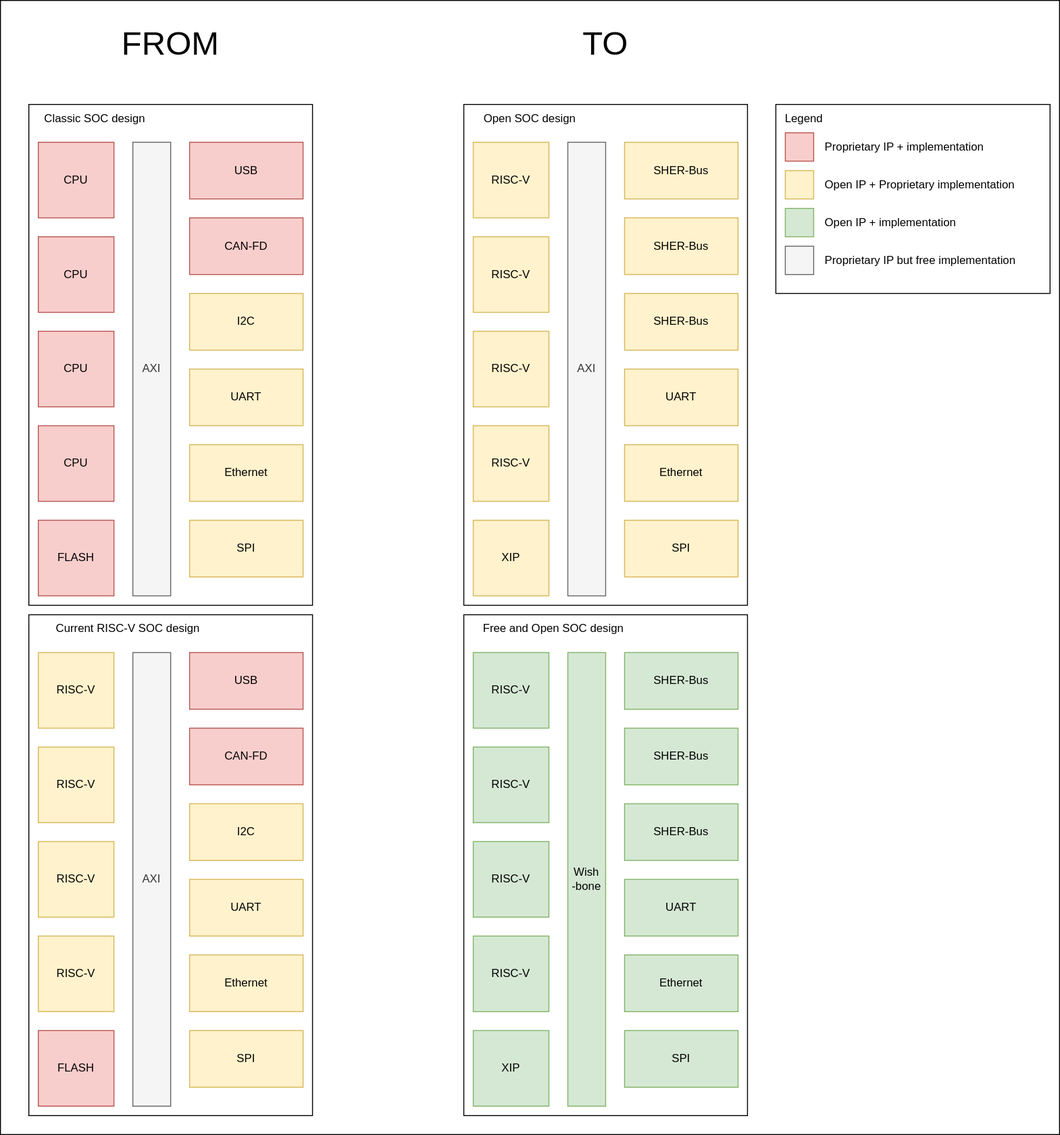
Earlier version of the draw.io export SOC.svg (cdg66/BUS_figures). Source tidied: cells renumbered, new cells last; positions are measured from the earlier drawing's top-left corner, leaving out a move shared by most shapes. The source it was exported from:
```xml
<mxGraphModel>
  <root>
    <mxCell id="0" />
    <mxCell id="1" parent="0" />
    <mxCell id="2" style="rounded=0;whiteSpace=wrap;html=1;" parent="1" vertex="1">
      <mxGeometry width="1120" height="1200" as="geometry" />
    </mxCell>
    <mxCell id="3" style="rounded=0;whiteSpace=wrap;html=1;" parent="1" vertex="1">
      <mxGeometry x="30" y="110" width="300" height="530" as="geometry" />
    </mxCell>
    <mxCell id="4" style="rounded=0;whiteSpace=wrap;html=1;" parent="1" vertex="1">
      <mxGeometry x="820" y="110" width="290" height="200" as="geometry" />
    </mxCell>
    <mxCell id="5" value="CPU" style="whiteSpace=wrap;html=1;fillColor=#f8cecc;strokeColor=#b85450;" parent="1" vertex="1">
      <mxGeometry x="40" y="150" width="80" height="80" as="geometry" />
    </mxCell>
    <mxCell id="6" value="USB" style="rounded=0;whiteSpace=wrap;html=1;fillColor=#f8cecc;strokeColor=#b85450;" parent="1" vertex="1">
      <mxGeometry x="200" y="150" width="120" height="60" as="geometry" />
    </mxCell>
    <mxCell id="7" value="CAN-FD" style="rounded=0;whiteSpace=wrap;html=1;fillColor=#f8cecc;strokeColor=#b85450;" parent="1" vertex="1">
      <mxGeometry x="200" y="230" width="120" height="60" as="geometry" />
    </mxCell>
    <mxCell id="8" value="UART" style="rounded=0;whiteSpace=wrap;html=1;fillColor=#fff2cc;strokeColor=#d6b656;" parent="1" vertex="1">
      <mxGeometry x="200" y="390" width="120" height="60" as="geometry" />
    </mxCell>
    <mxCell id="9" value="I2C" style="rounded=0;whiteSpace=wrap;html=1;fillColor=#fff2cc;strokeColor=#d6b656;" parent="1" vertex="1">
      <mxGeometry x="200" y="310" width="120" height="60" as="geometry" />
    </mxCell>
    <mxCell id="10" value="AXI" style="rounded=0;whiteSpace=wrap;html=1;fillColor=#f5f5f5;strokeColor=#666666;fontColor=#333333;" parent="1" vertex="1">
      <mxGeometry x="140" y="150" width="40" height="480" as="geometry" />
    </mxCell>
    <mxCell id="11" value="CPU" style="whiteSpace=wrap;html=1;fillColor=#f8cecc;strokeColor=#b85450;" parent="1" vertex="1">
      <mxGeometry x="40" y="250" width="80" height="80" as="geometry" />
    </mxCell>
    <mxCell id="12" value="CPU" style="whiteSpace=wrap;html=1;fillColor=#f8cecc;strokeColor=#b85450;" parent="1" vertex="1">
      <mxGeometry x="40" y="350" width="80" height="80" as="geometry" />
    </mxCell>
    <mxCell id="13" value="CPU" style="whiteSpace=wrap;html=1;fillColor=#f8cecc;strokeColor=#b85450;" parent="1" vertex="1">
      <mxGeometry x="40" y="450" width="80" height="80" as="geometry" />
    </mxCell>
    <mxCell id="14" value="Ethernet" style="rounded=0;whiteSpace=wrap;html=1;fillColor=#fff2cc;strokeColor=#d6b656;" parent="1" vertex="1">
      <mxGeometry x="200" y="470" width="120" height="60" as="geometry" />
    </mxCell>
    <mxCell id="15" value="Classic SOC design" style="text;html=1;strokeColor=none;fillColor=none;align=center;verticalAlign=middle;whiteSpace=wrap;rounded=0;" parent="1" vertex="1">
      <mxGeometry x="40" y="110" width="120" height="30" as="geometry" />
    </mxCell>
    <mxCell id="16" style="whiteSpace=wrap;html=1;fillColor=#f8cecc;strokeColor=#b85450;" parent="1" vertex="1">
      <mxGeometry x="830" y="140" width="30" height="30" as="geometry" />
    </mxCell>
    <mxCell id="17" style="whiteSpace=wrap;html=1;fillColor=#fff2cc;strokeColor=#d6b656;" parent="1" vertex="1">
      <mxGeometry x="830" y="180" width="30" height="30" as="geometry" />
    </mxCell>
    <mxCell id="18" value="&lt;div align=&quot;left&quot;&gt;Proprietary IP + implementation&lt;/div&gt;" style="text;html=1;strokeColor=none;fillColor=none;align=left;verticalAlign=middle;whiteSpace=wrap;rounded=0;" parent="1" vertex="1">
      <mxGeometry x="870" y="140" width="240" height="30" as="geometry" />
    </mxCell>
    <mxCell id="19" style="whiteSpace=wrap;html=1;fillColor=#d5e8d4;strokeColor=#82b366;" parent="1" vertex="1">
      <mxGeometry x="830" y="220" width="30" height="30" as="geometry" />
    </mxCell>
    <mxCell id="20" value="&lt;div align=&quot;left&quot;&gt;Open IP + implementation&lt;/div&gt;" style="text;html=1;strokeColor=none;fillColor=none;align=left;verticalAlign=middle;whiteSpace=wrap;rounded=0;" parent="1" vertex="1">
      <mxGeometry x="870" y="220" width="240" height="30" as="geometry" />
    </mxCell>
    <mxCell id="21" value="&lt;div align=&quot;left&quot;&gt;Open IP + Proprietary implementation&lt;/div&gt;" style="text;html=1;strokeColor=none;fillColor=none;align=left;verticalAlign=middle;whiteSpace=wrap;rounded=0;" parent="1" vertex="1">
      <mxGeometry x="870" y="180" width="240" height="30" as="geometry" />
    </mxCell>
    <mxCell id="22" value="Legend" style="text;html=1;strokeColor=none;fillColor=none;align=center;verticalAlign=middle;whiteSpace=wrap;rounded=0;" parent="1" vertex="1">
      <mxGeometry x="820" y="110" width="60" height="30" as="geometry" />
    </mxCell>
    <mxCell id="23" style="rounded=0;whiteSpace=wrap;html=1;" parent="1" vertex="1">
      <mxGeometry x="490" y="110" width="300" height="530" as="geometry" />
    </mxCell>
    <mxCell id="24" value="RISC-V" style="whiteSpace=wrap;html=1;fillColor=#fff2cc;strokeColor=#d6b656;" parent="1" vertex="1">
      <mxGeometry x="500" y="150" width="80" height="80" as="geometry" />
    </mxCell>
    <mxCell id="25" value="AXI" style="rounded=0;whiteSpace=wrap;html=1;fillColor=#f5f5f5;strokeColor=#666666;fontColor=#333333;" parent="1" vertex="1">
      <mxGeometry x="600" y="150" width="40" height="480" as="geometry" />
    </mxCell>
    <mxCell id="26" value="RISC-V" style="whiteSpace=wrap;html=1;fillColor=#fff2cc;strokeColor=#d6b656;" parent="1" vertex="1">
      <mxGeometry x="500" y="250" width="80" height="80" as="geometry" />
    </mxCell>
    <mxCell id="27" value="RISC-V" style="whiteSpace=wrap;html=1;fillColor=#fff2cc;strokeColor=#d6b656;" parent="1" vertex="1">
      <mxGeometry x="500" y="350" width="80" height="80" as="geometry" />
    </mxCell>
    <mxCell id="28" value="RISC-V" style="whiteSpace=wrap;html=1;fillColor=#fff2cc;strokeColor=#d6b656;" parent="1" vertex="1">
      <mxGeometry x="500" y="450" width="80" height="80" as="geometry" />
    </mxCell>
    <mxCell id="29" value="Ethernet" style="rounded=0;whiteSpace=wrap;html=1;fillColor=#fff2cc;strokeColor=#d6b656;" parent="1" vertex="1">
      <mxGeometry x="660" y="470" width="120" height="60" as="geometry" />
    </mxCell>
    <mxCell id="30" value="Open SOC design" style="text;html=1;strokeColor=none;fillColor=none;align=center;verticalAlign=middle;whiteSpace=wrap;rounded=0;" parent="1" vertex="1">
      <mxGeometry x="500" y="110" width="120" height="30" as="geometry" />
    </mxCell>
    <mxCell id="31" style="rounded=0;whiteSpace=wrap;html=1;" parent="1" vertex="1">
      <mxGeometry x="490" y="650" width="300" height="530" as="geometry" />
    </mxCell>
    <mxCell id="32" value="RISC-V" style="whiteSpace=wrap;html=1;fillColor=#d5e8d4;strokeColor=#82b366;" parent="1" vertex="1">
      <mxGeometry x="500" y="690" width="80" height="80" as="geometry" />
    </mxCell>
    <mxCell id="33" value="SHER-Bus" style="rounded=0;whiteSpace=wrap;html=1;fillColor=#d5e8d4;strokeColor=#82b366;" parent="1" vertex="1">
      <mxGeometry x="660" y="690" width="120" height="60" as="geometry" />
    </mxCell>
    <mxCell id="34" value="UART" style="rounded=0;whiteSpace=wrap;html=1;fillColor=#d5e8d4;strokeColor=#82b366;" parent="1" vertex="1">
      <mxGeometry x="660" y="930" width="120" height="60" as="geometry" />
    </mxCell>
    <mxCell id="35" value="&lt;div&gt;Wish&lt;/div&gt;&lt;div&gt;-bone&lt;/div&gt;" style="rounded=0;whiteSpace=wrap;html=1;fillColor=#d5e8d4;strokeColor=#82b366;" parent="1" vertex="1">
      <mxGeometry x="600" y="690" width="40" height="480" as="geometry" />
    </mxCell>
    <mxCell id="36" value="Ethernet" style="rounded=0;whiteSpace=wrap;html=1;fillColor=#d5e8d4;strokeColor=#82b366;" parent="1" vertex="1">
      <mxGeometry x="660" y="1010" width="120" height="60" as="geometry" />
    </mxCell>
    <mxCell id="37" value="Free and Open SOC design" style="text;html=1;strokeColor=none;fillColor=none;align=center;verticalAlign=middle;whiteSpace=wrap;rounded=0;" parent="1" vertex="1">
      <mxGeometry x="500" y="650" width="170" height="30" as="geometry" />
    </mxCell>
    <mxCell id="38" value="&lt;font style=&quot;font-size: 35px;&quot;&gt;TO&lt;/font&gt;" style="text;html=1;strokeColor=none;fillColor=none;align=center;verticalAlign=middle;whiteSpace=wrap;rounded=0;" parent="1" vertex="1">
      <mxGeometry x="610" y="30" width="60" height="30" as="geometry" />
    </mxCell>
    <mxCell id="39" value="RISC-V" style="whiteSpace=wrap;html=1;fillColor=#d5e8d4;strokeColor=#82b366;" parent="1" vertex="1">
      <mxGeometry x="500" y="790" width="80" height="80" as="geometry" />
    </mxCell>
    <mxCell id="40" value="RISC-V" style="whiteSpace=wrap;html=1;fillColor=#d5e8d4;strokeColor=#82b366;" parent="1" vertex="1">
      <mxGeometry x="500" y="890" width="80" height="80" as="geometry" />
    </mxCell>
    <mxCell id="41" value="RISC-V" style="whiteSpace=wrap;html=1;fillColor=#d5e8d4;strokeColor=#82b366;" parent="1" vertex="1">
      <mxGeometry x="500" y="990" width="80" height="80" as="geometry" />
    </mxCell>
    <mxCell id="42" value="SHER-Bus" style="rounded=0;whiteSpace=wrap;html=1;fillColor=#d5e8d4;strokeColor=#82b366;" parent="1" vertex="1">
      <mxGeometry x="660" y="770" width="120" height="60" as="geometry" />
    </mxCell>
    <mxCell id="43" value="SHER-Bus" style="rounded=0;whiteSpace=wrap;html=1;fillColor=#d5e8d4;strokeColor=#82b366;" parent="1" vertex="1">
      <mxGeometry x="660" y="850" width="120" height="60" as="geometry" />
    </mxCell>
    <mxCell id="44" value="SHER-Bus" style="rounded=0;whiteSpace=wrap;html=1;fillColor=#fff2cc;strokeColor=#d6b656;" parent="1" vertex="1">
      <mxGeometry x="660" y="230" width="120" height="60" as="geometry" />
    </mxCell>
    <mxCell id="45" value="SHER-Bus" style="rounded=0;whiteSpace=wrap;html=1;fillColor=#fff2cc;strokeColor=#d6b656;" parent="1" vertex="1">
      <mxGeometry x="660" y="150" width="120" height="60" as="geometry" />
    </mxCell>
    <mxCell id="46" value="SPI" style="rounded=0;whiteSpace=wrap;html=1;fillColor=#fff2cc;strokeColor=#d6b656;" parent="1" vertex="1">
      <mxGeometry x="200" y="550" width="120" height="60" as="geometry" />
    </mxCell>
    <mxCell id="47" value="SPI" style="rounded=0;whiteSpace=wrap;html=1;fillColor=#d5e8d4;strokeColor=#82b366;" parent="1" vertex="1">
      <mxGeometry x="660" y="1090" width="120" height="60" as="geometry" />
    </mxCell>
    <mxCell id="48" value="SPI" style="rounded=0;whiteSpace=wrap;html=1;fillColor=#fff2cc;strokeColor=#d6b656;" parent="1" vertex="1">
      <mxGeometry x="660" y="550" width="120" height="60" as="geometry" />
    </mxCell>
    <mxCell id="49" style="rounded=0;whiteSpace=wrap;html=1;" parent="1" vertex="1">
      <mxGeometry x="30" y="650" width="300" height="530" as="geometry" />
    </mxCell>
    <mxCell id="50" value="RISC-V" style="whiteSpace=wrap;html=1;fillColor=#fff2cc;strokeColor=#d6b656;" parent="1" vertex="1">
      <mxGeometry x="40" y="690" width="80" height="80" as="geometry" />
    </mxCell>
    <mxCell id="51" value="UART" style="rounded=0;whiteSpace=wrap;html=1;fillColor=#fff2cc;strokeColor=#d6b656;" parent="1" vertex="1">
      <mxGeometry x="200" y="930" width="120" height="60" as="geometry" />
    </mxCell>
    <mxCell id="52" value="I2C" style="rounded=0;whiteSpace=wrap;html=1;fillColor=#fff2cc;strokeColor=#d6b656;" parent="1" vertex="1">
      <mxGeometry x="200" y="850" width="120" height="60" as="geometry" />
    </mxCell>
    <mxCell id="53" value="AXI" style="rounded=0;whiteSpace=wrap;html=1;fillColor=#f5f5f5;strokeColor=#666666;fontColor=#333333;" parent="1" vertex="1">
      <mxGeometry x="140" y="690" width="40" height="480" as="geometry" />
    </mxCell>
    <mxCell id="54" value="RISC-V" style="whiteSpace=wrap;html=1;fillColor=#fff2cc;strokeColor=#d6b656;" parent="1" vertex="1">
      <mxGeometry x="40" y="790" width="80" height="80" as="geometry" />
    </mxCell>
    <mxCell id="55" value="RISC-V" style="whiteSpace=wrap;html=1;fillColor=#fff2cc;strokeColor=#d6b656;" parent="1" vertex="1">
      <mxGeometry x="40" y="890" width="80" height="80" as="geometry" />
    </mxCell>
    <mxCell id="56" value="RISC-V" style="whiteSpace=wrap;html=1;fillColor=#fff2cc;strokeColor=#d6b656;" parent="1" vertex="1">
      <mxGeometry x="40" y="990" width="80" height="80" as="geometry" />
    </mxCell>
    <mxCell id="57" value="Ethernet" style="rounded=0;whiteSpace=wrap;html=1;fillColor=#fff2cc;strokeColor=#d6b656;" parent="1" vertex="1">
      <mxGeometry x="200" y="1010" width="120" height="60" as="geometry" />
    </mxCell>
    <mxCell id="58" value="Current RISC-V SOC design" style="text;html=1;strokeColor=none;fillColor=none;align=center;verticalAlign=middle;whiteSpace=wrap;rounded=0;" parent="1" vertex="1">
      <mxGeometry x="40" y="650" width="190" height="30" as="geometry" />
    </mxCell>
    <mxCell id="59" value="SPI" style="rounded=0;whiteSpace=wrap;html=1;fillColor=#fff2cc;strokeColor=#d6b656;" parent="1" vertex="1">
      <mxGeometry x="200" y="1090" width="120" height="60" as="geometry" />
    </mxCell>
    <mxCell id="60" value="USB" style="rounded=0;whiteSpace=wrap;html=1;fillColor=#f8cecc;strokeColor=#b85450;" parent="1" vertex="1">
      <mxGeometry x="200" y="690" width="120" height="60" as="geometry" />
    </mxCell>
    <mxCell id="61" value="CAN-FD" style="rounded=0;whiteSpace=wrap;html=1;fillColor=#f8cecc;strokeColor=#b85450;" parent="1" vertex="1">
      <mxGeometry x="200" y="770" width="120" height="60" as="geometry" />
    </mxCell>
    <mxCell id="62" value="&lt;font style=&quot;font-size: 35px;&quot;&gt;FROM&lt;/font&gt;" style="text;html=1;strokeColor=none;fillColor=none;align=center;verticalAlign=middle;whiteSpace=wrap;rounded=0;" parent="1" vertex="1">
      <mxGeometry x="150" y="30" width="60" height="30" as="geometry" />
    </mxCell>
    <mxCell id="63" style="whiteSpace=wrap;html=1;fillColor=#f5f5f5;strokeColor=#666666;fontColor=#333333;" parent="1" vertex="1">
      <mxGeometry x="830" y="260" width="30" height="30" as="geometry" />
    </mxCell>
    <mxCell id="64" value="&lt;div align=&quot;left&quot;&gt;Proprietary IP but free implementation&lt;/div&gt;" style="text;html=1;strokeColor=none;fillColor=none;align=left;verticalAlign=middle;whiteSpace=wrap;rounded=0;" parent="1" vertex="1">
      <mxGeometry x="870" y="260" width="240" height="30" as="geometry" />
    </mxCell>
    <mxCell id="65" value="UART" style="rounded=0;whiteSpace=wrap;html=1;fillColor=#fff2cc;strokeColor=#d6b656;" parent="1" vertex="1">
      <mxGeometry x="660" y="390" width="120" height="60" as="geometry" />
    </mxCell>
    <mxCell id="66" value="FLASH" style="whiteSpace=wrap;html=1;fillColor=#f8cecc;strokeColor=#b85450;" parent="1" vertex="1">
      <mxGeometry x="40" y="1090" width="80" height="80" as="geometry" />
    </mxCell>
    <mxCell id="67" value="FLASH" style="whiteSpace=wrap;html=1;fillColor=#f8cecc;strokeColor=#b85450;" parent="1" vertex="1">
      <mxGeometry x="40" y="550" width="80" height="80" as="geometry" />
    </mxCell>
    <mxCell id="68" value="XIP" style="whiteSpace=wrap;html=1;fillColor=#fff2cc;strokeColor=#d6b656;" parent="1" vertex="1">
      <mxGeometry x="500" y="550" width="80" height="80" as="geometry" />
    </mxCell>
    <mxCell id="69" value="XIP" style="whiteSpace=wrap;html=1;fillColor=#d5e8d4;strokeColor=#82b366;" parent="1" vertex="1">
      <mxGeometry x="500" y="1090" width="80" height="80" as="geometry" />
    </mxCell>
    <mxCell id="70" value="SHER-Bus" style="rounded=0;whiteSpace=wrap;html=1;fillColor=#fff2cc;strokeColor=#d6b656;" parent="1" vertex="1">
      <mxGeometry x="660" y="310" width="120" height="60" as="geometry" />
    </mxCell>
  </root>
</mxGraphModel>
```
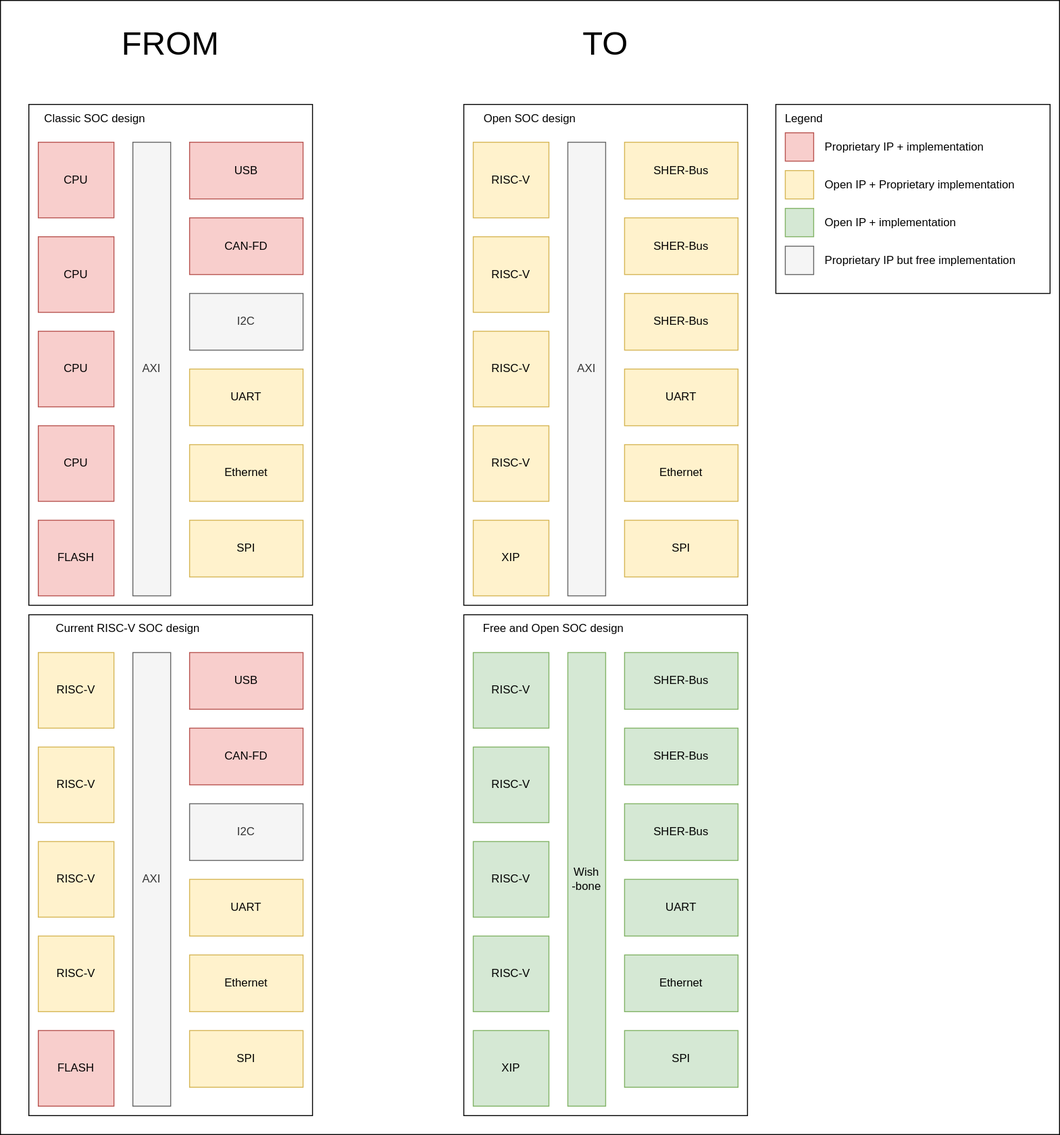
Later version of the same file.

What changed in the source:
```diff
@@ -23,7 +23,7 @@
     <mxCell id="8" value="UART" style="rounded=0;whiteSpace=wrap;html=1;fillColor=#fff2cc;strokeColor=#d6b656;" parent="1" vertex="1">
       <mxGeometry x="200" y="390" width="120" height="60" as="geometry" />
     </mxCell>
-    <mxCell id="9" value="I2C" style="rounded=0;whiteSpace=wrap;html=1;fillColor=#fff2cc;strokeColor=#d6b656;" parent="1" vertex="1">
+    <mxCell id="9" value="I2C" style="rounded=0;whiteSpace=wrap;html=1;fillColor=#f5f5f5;strokeColor=#666666;fontColor=#333333;" parent="1" vertex="1">
       <mxGeometry x="200" y="310" width="120" height="60" as="geometry" />
     </mxCell>
     <mxCell id="10" value="AXI" style="rounded=0;whiteSpace=wrap;html=1;fillColor=#f5f5f5;strokeColor=#666666;fontColor=#333333;" parent="1" vertex="1">
@@ -152,7 +152,7 @@
     <mxCell id="51" value="UART" style="rounded=0;whiteSpace=wrap;html=1;fillColor=#fff2cc;strokeColor=#d6b656;" parent="1" vertex="1">
       <mxGeometry x="200" y="930" width="120" height="60" as="geometry" />
     </mxCell>
-    <mxCell id="52" value="I2C" style="rounded=0;whiteSpace=wrap;html=1;fillColor=#fff2cc;strokeColor=#d6b656;" parent="1" vertex="1">
+    <mxCell id="52" value="I2C" style="rounded=0;whiteSpace=wrap;html=1;fillColor=#f5f5f5;strokeColor=#666666;fontColor=#333333;" parent="1" vertex="1">
       <mxGeometry x="200" y="850" width="120" height="60" as="geometry" />
     </mxCell>
     <mxCell id="53" value="AXI" style="rounded=0;whiteSpace=wrap;html=1;fillColor=#f5f5f5;strokeColor=#666666;fontColor=#333333;" parent="1" vertex="1">
```
